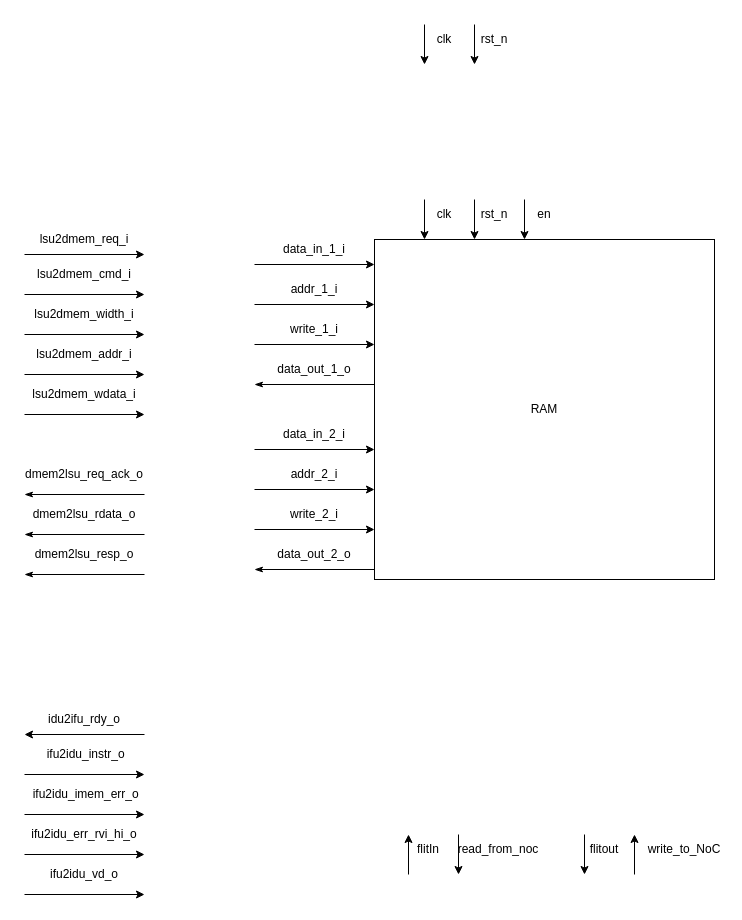
Elgrush/FPGA-multicore-soft-CPU-with-scr1 keeps this draw.io diagram as docs/Diagrams.drawio. Above is the earlier version. Source tidied: cells renumbered, new cells numbered last; positions are measured from the earlier drawing's top-left corner, leaving out a move shared by most shapes. Both pictures are drawn from the tidied source at 100%, with x=0, y=0 at pixel (24, 24).
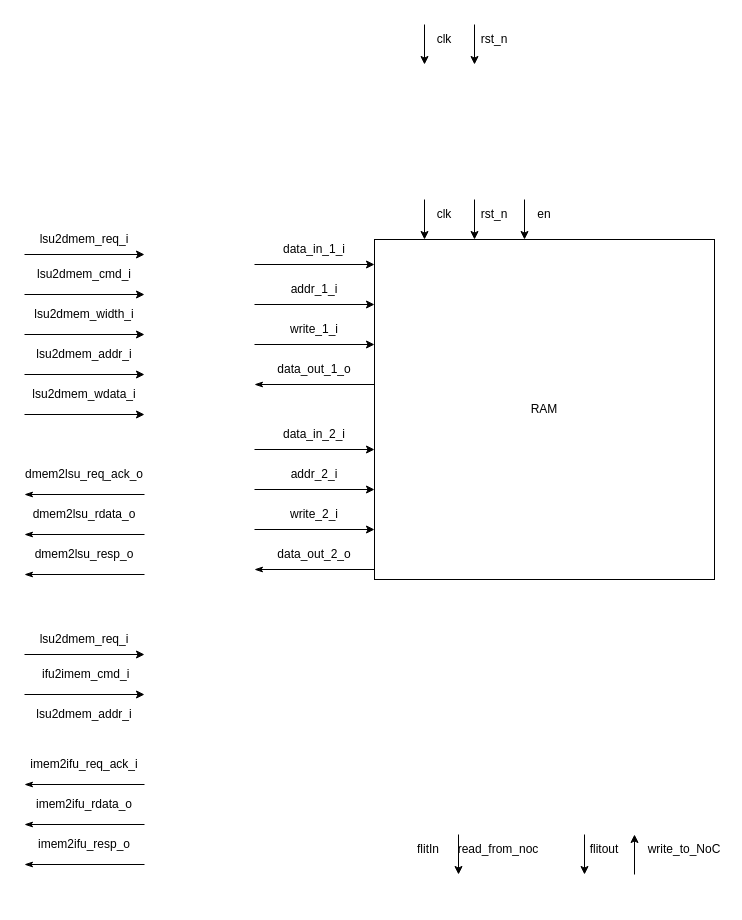
After the change.

Commit message:
Quickfix: ports corrected in ifu

What changed in the source:
```diff
@@
-    <mxCell id="26" value="RAM" style="whiteSpace=wrap;html=1;" parent="1" vertex="1">
+    <mxCell id="26" value="RAM" style="whiteSpace=wrap;html=1;fillColor=none;" parent="1" vertex="1">
       <mxGeometry x="350" y="215" width="340" height="340" as="geometry" />
     </mxCell>
@@
-    <mxCell id="53" style="group;" parent="1" vertex="1">
-      <mxGeometry y="670" width="120" height="40" as="geometry" />
-    </mxCell>
-    <mxCell id="54" style="endArrow=none;html=1;rounded=0;startArrow=classic;startFill=1;" parent="53" edge="1">
-      <mxGeometry relative="1" as="geometry">
-        <mxPoint y="40" as="sourcePoint" />
-        <mxPoint x="120" y="40" as="targetPoint" />
-      </mxGeometry>
-    </mxCell>
-    <mxCell id="55" value="idu2ifu_rdy_o" style="text;html=1;align=center;verticalAlign=middle;whiteSpace=wrap;rounded=0;" parent="53" vertex="1">
-      <mxGeometry y="10" width="120" height="30" as="geometry" />
-    </mxCell>
-    <mxCell id="56" style="group;" parent="1" vertex="1">
-      <mxGeometry y="710" width="120" height="40" as="geometry" />
-    </mxCell>
-    <mxCell id="57" style="endArrow=classic;html=1;rounded=0;" parent="56" edge="1">
-      <mxGeometry relative="1" as="geometry">
-        <mxPoint y="40" as="sourcePoint" />
-        <mxPoint x="120" y="40" as="targetPoint" />
-      </mxGeometry>
-    </mxCell>
-    <mxCell id="58" value="&amp;nbsp;ifu2idu_instr_o" style="text;html=1;align=center;verticalAlign=middle;whiteSpace=wrap;rounded=0;" parent="56" vertex="1">
-      <mxGeometry y="5" width="120" height="30" as="geometry" />
-    </mxCell>
-    <mxCell id="59" style="group;" parent="1" vertex="1">
-      <mxGeometry y="750" width="120" height="40" as="geometry" />
-    </mxCell>
-    <mxCell id="60" style="endArrow=classic;html=1;rounded=0;" parent="59" edge="1">
-      <mxGeometry relative="1" as="geometry">
-        <mxPoint y="40" as="sourcePoint" />
-        <mxPoint x="120" y="40" as="targetPoint" />
-      </mxGeometry>
-    </mxCell>
-    <mxCell id="61" value="&amp;nbsp;ifu2idu_imem_err_o" style="text;html=1;align=center;verticalAlign=middle;whiteSpace=wrap;rounded=0;" parent="59" vertex="1">
-      <mxGeometry y="5" width="120" height="30" as="geometry" />
-    </mxCell>
-    <mxCell id="62" style="group;" parent="1" vertex="1">
-      <mxGeometry y="790" width="120" height="40" as="geometry" />
-    </mxCell>
-    <mxCell id="63" style="endArrow=classic;html=1;rounded=0;" parent="62" edge="1">
-      <mxGeometry relative="1" as="geometry">
-        <mxPoint y="40" as="sourcePoint" />
-        <mxPoint x="120" y="40" as="targetPoint" />
-      </mxGeometry>
-    </mxCell>
-    <mxCell id="64" value="ifu2idu_err_rvi_hi_o" style="text;html=1;align=center;verticalAlign=middle;whiteSpace=wrap;rounded=0;" parent="62" vertex="1">
-      <mxGeometry y="5" width="120" height="30" as="geometry" />
-    </mxCell>
-    <mxCell id="65" style="group;" parent="1" vertex="1">
-      <mxGeometry y="830" width="120" height="40" as="geometry" />
-    </mxCell>
-    <mxCell id="66" style="endArrow=classic;html=1;rounded=0;" parent="65" edge="1">
-      <mxGeometry relative="1" as="geometry">
-        <mxPoint y="40" as="sourcePoint" />
-        <mxPoint x="120" y="40" as="targetPoint" />
-      </mxGeometry>
-    </mxCell>
-    <mxCell id="67" value="ifu2idu_vd_o" style="text;html=1;align=center;verticalAlign=middle;whiteSpace=wrap;rounded=0;" parent="65" vertex="1">
-      <mxGeometry y="5" width="120" height="30" as="geometry" />
-    </mxCell>
@@
-    <mxCell id="78" style="endArrow=none;html=1;rounded=0;startArrow=classic;startFill=1;" parent="1" edge="1">
-      <mxGeometry relative="1" as="geometry">
-        <mxPoint x="384" y="810" as="sourcePoint" />
-        <mxPoint x="384" y="850" as="targetPoint" />
-      </mxGeometry>
-    </mxCell>
@@
+    <mxCell id="86" style="group;" parent="1" vertex="1">
+      <mxGeometry y="590" width="120" height="40" as="geometry" />
+    </mxCell>
+    <mxCell id="87" style="endArrow=classic;html=1;rounded=0;" parent="86" edge="1">
+      <mxGeometry relative="1" as="geometry">
+        <mxPoint y="40" as="sourcePoint" />
+        <mxPoint x="120" y="40" as="targetPoint" />
+      </mxGeometry>
+    </mxCell>
+    <mxCell id="88" value="lsu2dmem_req_i" style="text;html=1;align=center;verticalAlign=middle;whiteSpace=wrap;rounded=0;" parent="86" vertex="1">
+      <mxGeometry y="10" width="120" height="30" as="geometry" />
+    </mxCell>
+    <mxCell id="89" style="group;" parent="1" vertex="1">
+      <mxGeometry y="630" width="120" height="40" as="geometry" />
+    </mxCell>
+    <mxCell id="90" style="endArrow=classic;html=1;rounded=0;" parent="89" edge="1">
+      <mxGeometry relative="1" as="geometry">
+        <mxPoint y="40" as="sourcePoint" />
+        <mxPoint x="120" y="40" as="targetPoint" />
+      </mxGeometry>
+    </mxCell>
+    <mxCell id="91" value="&amp;nbsp;ifu2imem_cmd_i" style="text;html=1;align=center;verticalAlign=middle;whiteSpace=wrap;rounded=0;" parent="89" vertex="1">
+      <mxGeometry y="5" width="120" height="30" as="geometry" />
+    </mxCell>
+    <mxCell id="92" style="group;" parent="1" vertex="1">
+      <mxGeometry y="720" width="120" height="40" as="geometry" />
+    </mxCell>
+    <mxCell id="93" style="endArrow=none;html=1;rounded=0;startArrow=classicThin;startFill=1;" parent="92" edge="1">
+      <mxGeometry relative="1" as="geometry">
+        <mxPoint y="40" as="sourcePoint" />
+        <mxPoint x="120" y="40" as="targetPoint" />
+      </mxGeometry>
+    </mxCell>
+    <mxCell id="94" value="imem2ifu_req_ack_i" style="text;html=1;align=center;verticalAlign=middle;whiteSpace=wrap;rounded=0;" parent="92" vertex="1">
+      <mxGeometry y="5" width="120" height="30" as="geometry" />
+    </mxCell>
+    <mxCell id="95" style="group;" parent="1" vertex="1">
+      <mxGeometry y="760" width="120" height="75" as="geometry" />
+    </mxCell>
+    <mxCell id="96" style="endArrow=none;html=1;rounded=0;startArrow=classicThin;startFill=1;" parent="95" edge="1">
+      <mxGeometry relative="1" as="geometry">
+        <mxPoint y="40" as="sourcePoint" />
+        <mxPoint x="120" y="40" as="targetPoint" />
+      </mxGeometry>
+    </mxCell>
+    <mxCell id="97" value="imem2ifu_rdata_o" style="text;html=1;align=center;verticalAlign=middle;whiteSpace=wrap;rounded=0;" parent="95" vertex="1">
+      <mxGeometry y="5" width="120" height="30" as="geometry" />
+    </mxCell>
+    <mxCell id="98" style="group;" parent="95" vertex="1">
+      <mxGeometry y="40" width="120" height="40" as="geometry" />
+    </mxCell>
+    <mxCell id="99" style="endArrow=none;html=1;rounded=0;startArrow=classicThin;startFill=1;" parent="98" edge="1">
+      <mxGeometry relative="1" as="geometry">
+        <mxPoint y="40" as="sourcePoint" />
+        <mxPoint x="120" y="40" as="targetPoint" />
+      </mxGeometry>
+    </mxCell>
+    <mxCell id="100" value="imem2ifu_resp_o" style="text;html=1;align=center;verticalAlign=middle;whiteSpace=wrap;rounded=0;" parent="98" vertex="1">
+      <mxGeometry y="5" width="120" height="30" as="geometry" />
+    </mxCell>
+    <mxCell id="101" value="lsu2dmem_addr_i" style="text;html=1;align=center;verticalAlign=middle;whiteSpace=wrap;rounded=0;" parent="1" vertex="1">
+      <mxGeometry y="675" width="120" height="30" as="geometry" />
+    </mxCell>
```
